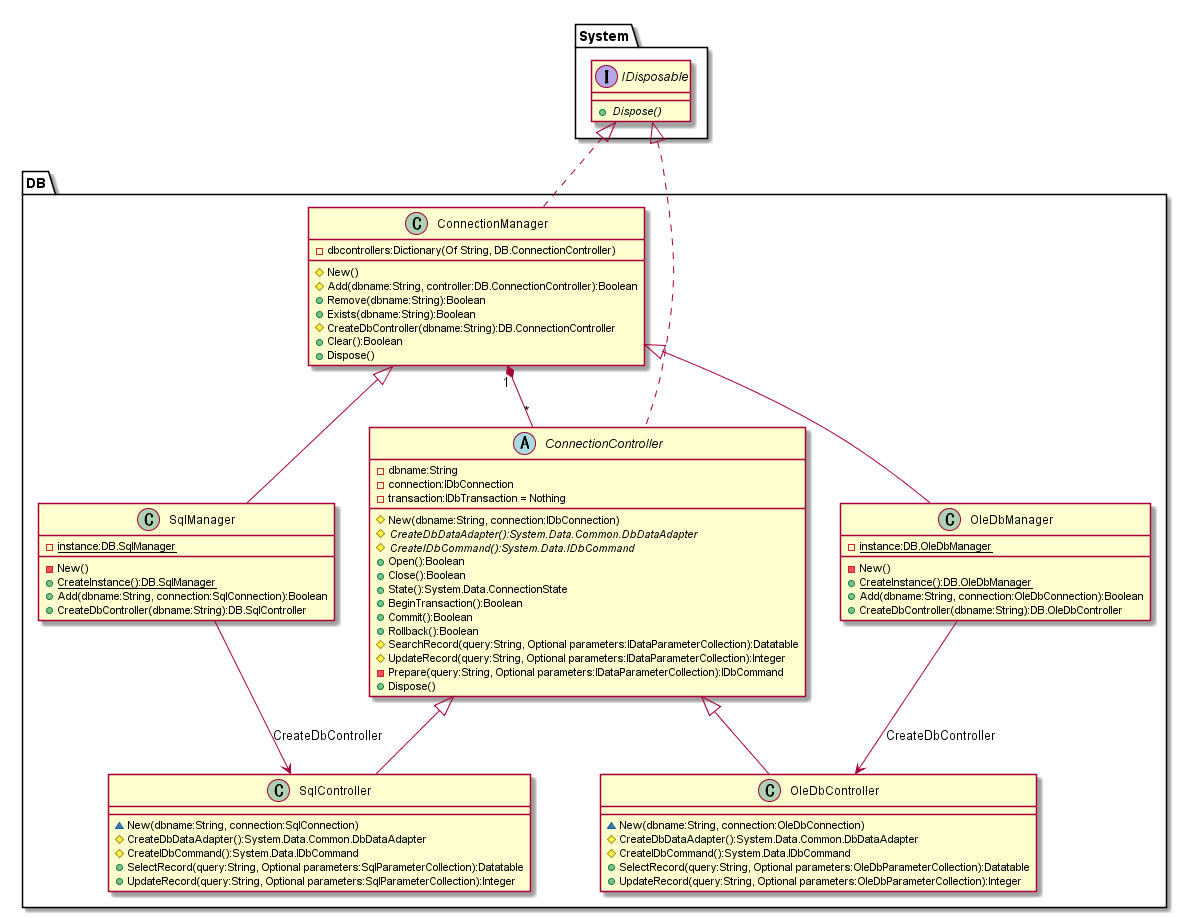
Before: doc/ClassDiagram/ConnectionControll.png, a diagram exported from PlantUML (hirorich/CommonTool).
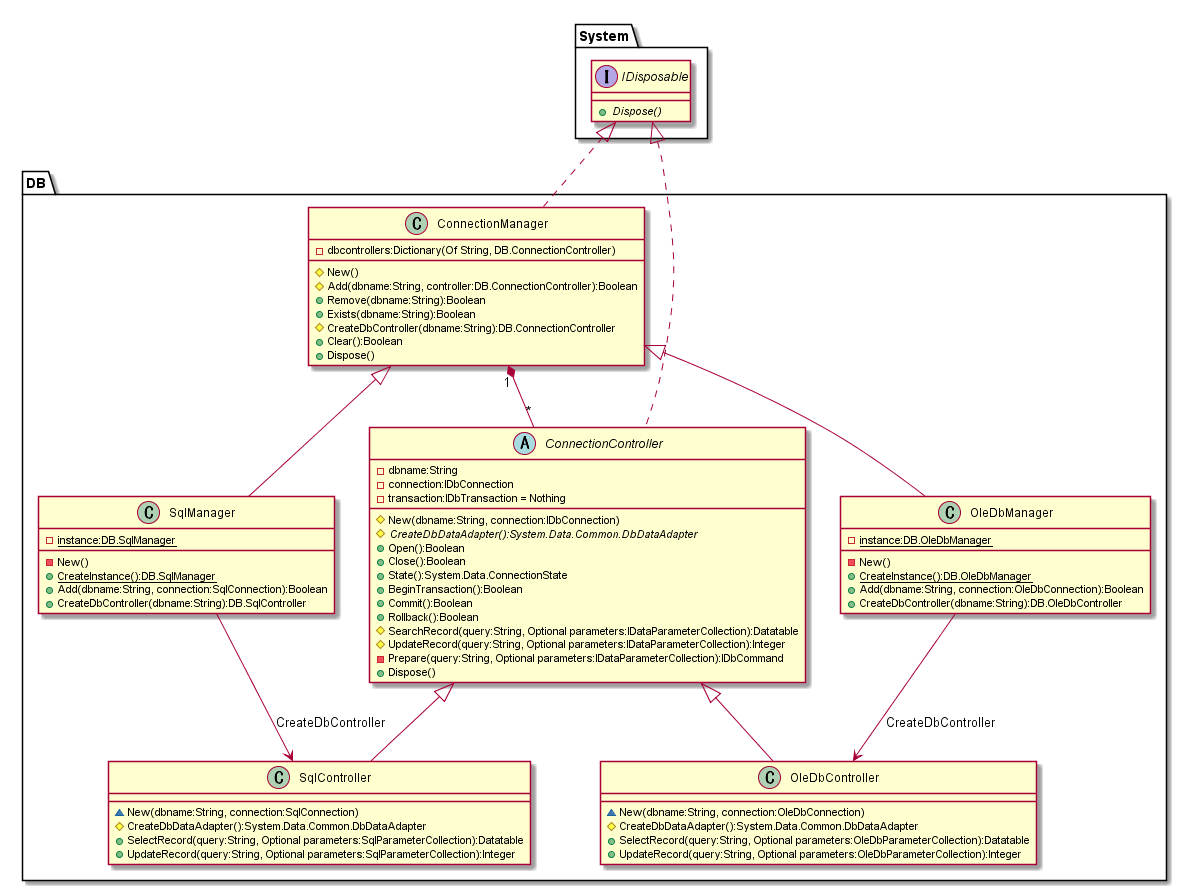
After the commit.

What changed in the source:
```diff
@@ -44,7 +44,6 @@
 
   # New(dbname:String, connection:IDbConnection)
   # {abstract} CreateDbDataAdapter():System.Data.Common.DbDataAdapter
-  # {abstract} CreateIDbCommand():System.Data.IDbCommand
   + Open():Boolean
   + Close():Boolean
   + State():System.Data.ConnectionState
@@ -62,7 +61,6 @@
 
   ~ New(dbname:String, connection:SqlConnection)
   # CreateDbDataAdapter():System.Data.Common.DbDataAdapter
-  # CreateIDbCommand():System.Data.IDbCommand
   + SelectRecord(query:String, Optional parameters:SqlParameterCollection):Datatable
   + UpdateRecord(query:String, Optional parameters:SqlParameterCollection):Integer
 }
@@ -72,7 +70,6 @@
 
   ~ New(dbname:String, connection:OleDbConnection)
   # CreateDbDataAdapter():System.Data.Common.DbDataAdapter
-  # CreateIDbCommand():System.Data.IDbCommand
   + SelectRecord(query:String, Optional parameters:OleDbParameterCollection):Datatable
   + UpdateRecord(query:String, Optional parameters:OleDbParameterCollection):Integer
 }
```
